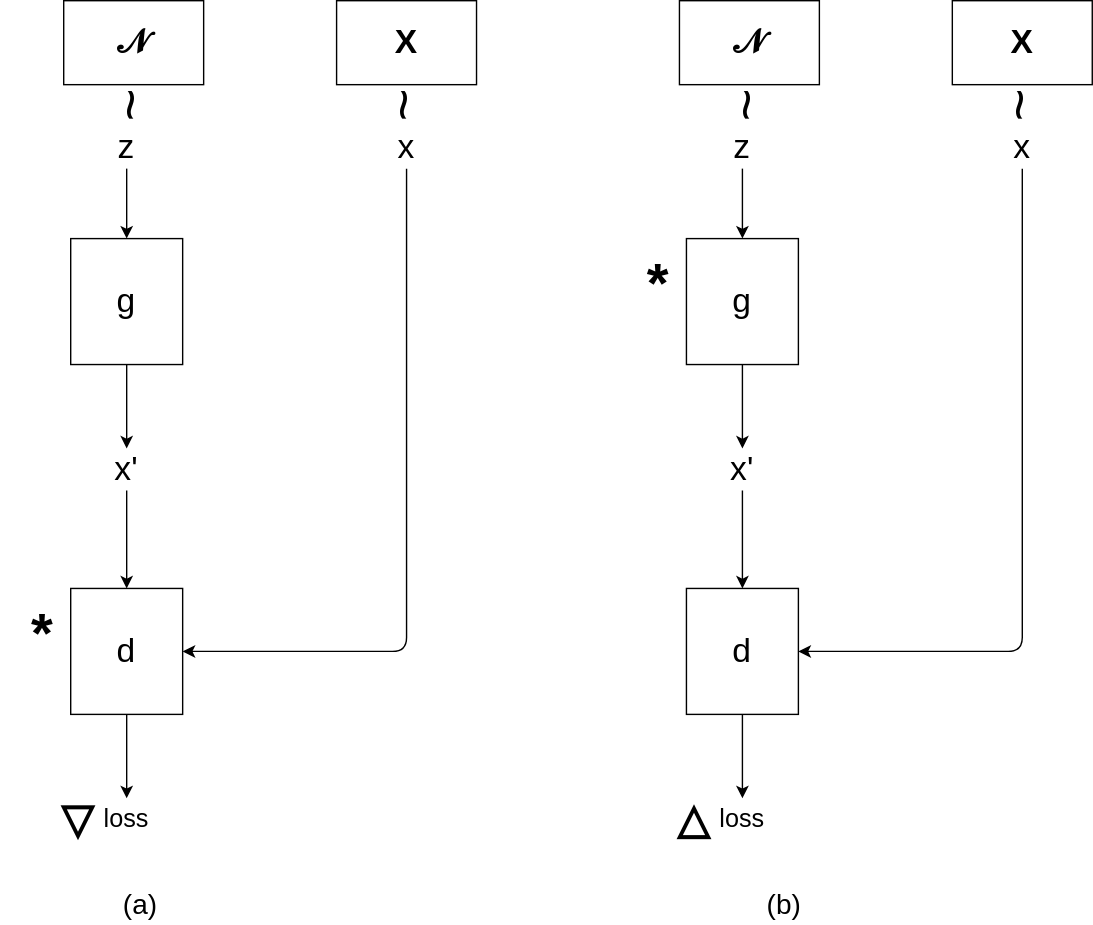
Above: source/images/diagram-gan.drawio.svg in k-l-lambda/k-l-lambda.github.io (draw.io), before the change. Source tidied: cells renumbered, new cells last; positions are measured from the earlier drawing's top-left corner, leaving out a move shared by most shapes.
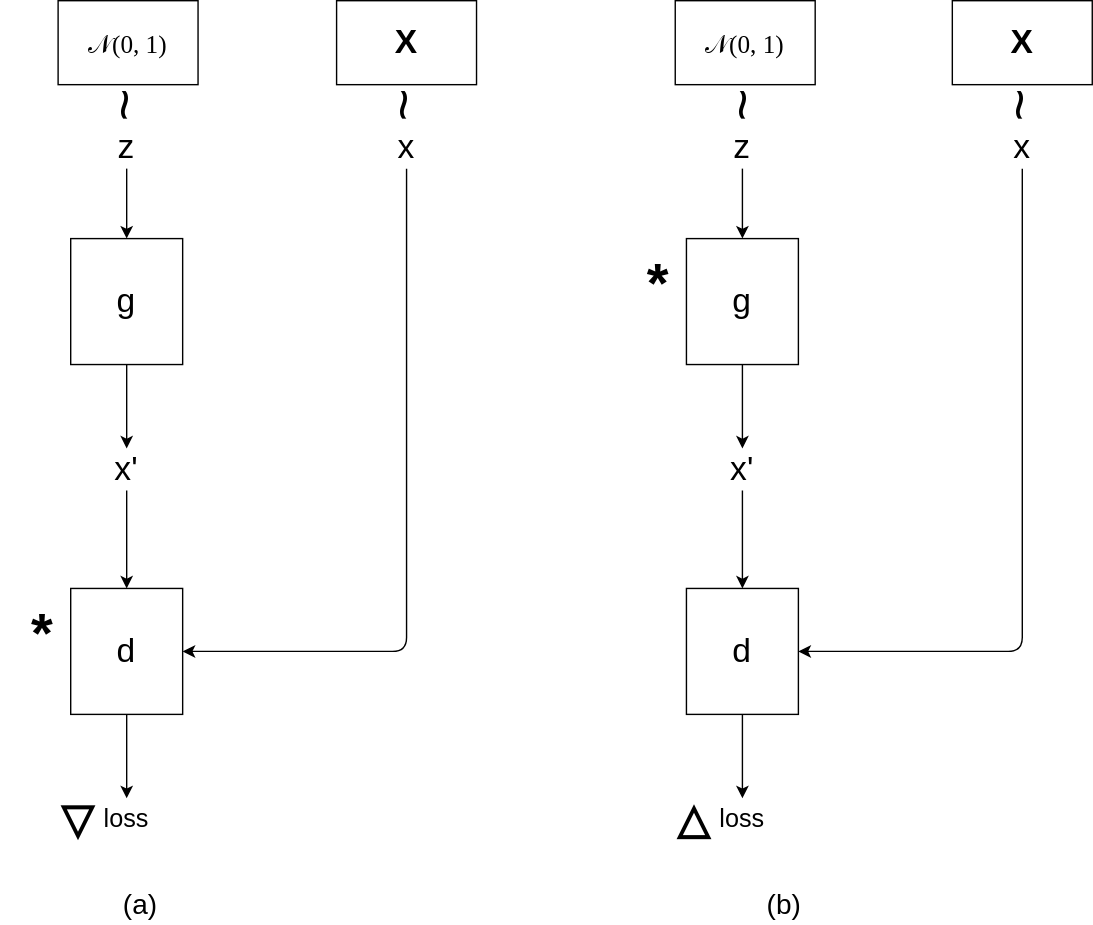
After the change.

Change to the diagram source:
```diff
@@ -32,7 +32,7 @@
     <mxCell id="11" value="&lt;b style=&quot;font-size: 30px;&quot;&gt;▽&lt;/b&gt;" style="text;strokeColor=none;align=center;fillColor=none;html=1;verticalAlign=middle;whiteSpace=wrap;rounded=0;fontSize=30;" parent="1" vertex="1">
       <mxGeometry x="35" y="570" width="40" height="30" as="geometry" />
     </mxCell>
-    <mxCell id="12" style="group;" parent="1" vertex="1">
+    <mxCell id="12" style="group;fontStyle=1;" parent="1" vertex="1">
       <mxGeometry x="240" width="100" height="90" as="geometry" />
     </mxCell>
     <mxCell id="13" value="X" style="whiteSpace=wrap;html=1;fontSize=24;fontStyle=1;" parent="12" vertex="1">
@@ -44,17 +44,17 @@
     <mxCell id="15" value="~" style="text;strokeColor=none;align=center;fillColor=none;html=1;verticalAlign=middle;whiteSpace=wrap;rounded=0;fontSize=40;rotation=90;" parent="12" vertex="1">
       <mxGeometry x="35" y="60" width="30" height="30" as="geometry" />
     </mxCell>
-    <mxCell id="16" style="group;" parent="1" vertex="1">
+    <mxCell id="16" style="group;fontFamily=Courier New;fontStyle=0;" parent="1" vertex="1">
       <mxGeometry x="45" width="100" height="90" as="geometry" />
     </mxCell>
-    <mxCell id="17" value="𝒩" style="whiteSpace=wrap;html=1;fontSize=24;fontStyle=1;" parent="16" vertex="1">
-      <mxGeometry width="100" height="60" as="geometry" />
+    <mxCell id="17" value="&lt;font style=&quot;font-weight: normal; font-size: 18px;&quot; face=&quot;Times New Roman&quot;&gt;𝒩(0, 1)&lt;/font&gt;" style="whiteSpace=wrap;html=1;fontSize=24;fontStyle=1;" parent="16" vertex="1">
+      <mxGeometry x="-4" width="100" height="60" as="geometry" />
     </mxCell>
     <mxCell id="18" style="edgeStyle=none;html=1;" parent="16" edge="1" source="19" target="17">
       <mxGeometry relative="1" as="geometry" />
     </mxCell>
     <mxCell id="19" value="~" style="text;strokeColor=none;align=center;fillColor=none;html=1;verticalAlign=middle;whiteSpace=wrap;rounded=0;fontSize=40;rotation=90;" parent="16" vertex="1">
-      <mxGeometry x="35" y="60" width="30" height="30" as="geometry" />
+      <mxGeometry x="31" y="60" width="30" height="30" as="geometry" />
     </mxCell>
     <mxCell id="20" value="loss" style="text;strokeColor=none;align=center;fillColor=none;html=1;verticalAlign=middle;whiteSpace=wrap;rounded=0;fontSize=18;" parent="1" vertex="1">
       <mxGeometry x="60" y="570" width="60" height="30" as="geometry" />
@@ -98,7 +98,7 @@
     <mxCell id="33" value="&lt;b&gt;△&lt;/b&gt;" style="text;strokeColor=none;align=center;fillColor=none;html=1;verticalAlign=middle;whiteSpace=wrap;rounded=0;fontSize=30;" parent="1" vertex="1">
       <mxGeometry x="475" y="570" width="40" height="30" as="geometry" />
     </mxCell>
-    <mxCell id="34" style="group;" parent="1" vertex="1">
+    <mxCell id="34" style="group;fontStyle=1;" parent="1" vertex="1">
       <mxGeometry x="680" width="100" height="90" as="geometry" />
     </mxCell>
     <mxCell id="35" value="X" style="whiteSpace=wrap;html=1;fontSize=24;fontStyle=1;" parent="34" vertex="1">
@@ -110,15 +110,18 @@
     <mxCell id="37" value="~" style="text;strokeColor=none;align=center;fillColor=none;html=1;verticalAlign=middle;whiteSpace=wrap;rounded=0;fontSize=40;rotation=90;" parent="34" vertex="1">
       <mxGeometry x="35" y="60" width="30" height="30" as="geometry" />
     </mxCell>
-    <mxCell id="38" style="group;" parent="1" vertex="1">
-      <mxGeometry x="485" width="100" height="90" as="geometry" />
+    <mxCell id="38" style="group;fontFamily=Courier New;fontStyle=0;" parent="1" vertex="1">
+      <mxGeometry x="482" width="100" height="90" as="geometry" />
     </mxCell>
-    <mxCell id="39" value="𝒩" style="whiteSpace=wrap;html=1;fontSize=24;fontStyle=1;" parent="38" vertex="1">
+    <mxCell id="39" value="&lt;span style=&quot;font-weight: normal;&quot;&gt;&lt;font style=&quot;font-size: 18px;&quot; face=&quot;Times New Roman&quot;&gt;𝒩(0, 1)&lt;/font&gt;&lt;/span&gt;" style="whiteSpace=wrap;html=1;fontSize=24;fontStyle=1;" parent="38" vertex="1">
       <mxGeometry width="100" height="60" as="geometry" />
     </mxCell>
     <mxCell id="40" style="edgeStyle=none;html=1;" parent="38" edge="1" source="41" target="39">
       <mxGeometry relative="1" as="geometry" />
     </mxCell>
+    <mxCell id="48" style="edgeStyle=none;html=1;fontFamily=Times New Roman;fontSize=20;" parent="38" edge="1" source="41" target="39">
+      <mxGeometry relative="1" as="geometry" />
+    </mxCell>
     <mxCell id="41" value="~" style="text;strokeColor=none;align=center;fillColor=none;html=1;verticalAlign=middle;whiteSpace=wrap;rounded=0;fontSize=40;rotation=90;" parent="38" vertex="1">
       <mxGeometry x="35" y="60" width="30" height="30" as="geometry" />
     </mxCell>
```
